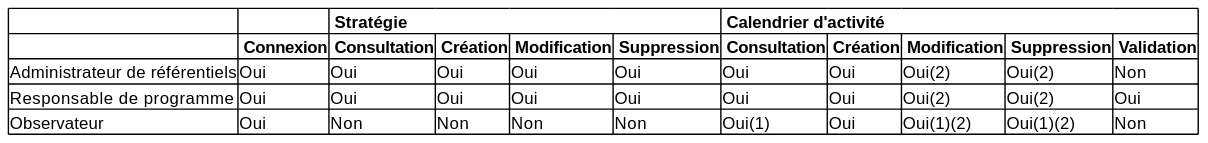
This is projects/activity-calendar/spe/images/activity-calendar-users-rights.svg from sumaris-net/sumaris-doc, a PlantUML export, as it was before one commit.
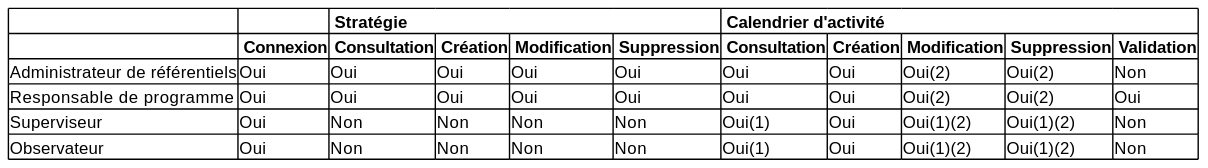
After the commit.

The edit, as a diff of the source:
```diff
@@ -5,6 +5,7 @@
      . | <b> Connexion | <b> Consultation | <b> Création |<b> Modification | <b> Suppression | <b> Consultation | <b> Création | <b> Modification | <b> Suppression | <b> Validation
      Administrateur de référentiels | Oui | Oui | Oui | Oui | Oui | Oui | Oui | Oui(2) | Oui(2) | Non
      Responsable de programme | Oui | Oui | Oui | Oui | Oui | Oui | Oui | Oui(2) | Oui(2) | Oui
+     Superviseur | Oui | Non | Non | Non | Non | Oui(1) | Oui | Oui(1)(2) | Oui(1)(2) | Non
      Observateur | Oui | Non | Non | Non | Non | Oui(1) | Oui | Oui(1)(2) | Oui(1)(2) | Non
     }
 }
```
